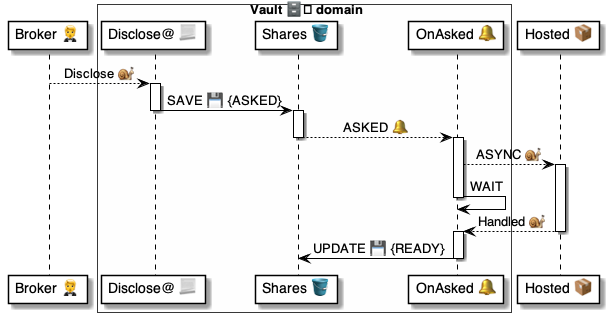
pollyweb-org/pollyweb-docs keeps this PlantUML diagram as 4 ⚙️ Solution/41 🎭 Domain Roles/Vaults 🗄️/🗄️🪣 Vault tables/Shares 💼 table/🪣🔔 1 Asked/🗄️ OnShareAsked ⚙️ uml.png. Above is the earlier version. Its source is kept beside it as 4 ⚙️ Solution/41 🎭 Domain Roles/Vaults 🗄️/🗄️🪣 Vault tables/Shares 💼 table/🪣🔔 1 Asked/🗄️ OnShareAsked ⚙️ uml.puml.
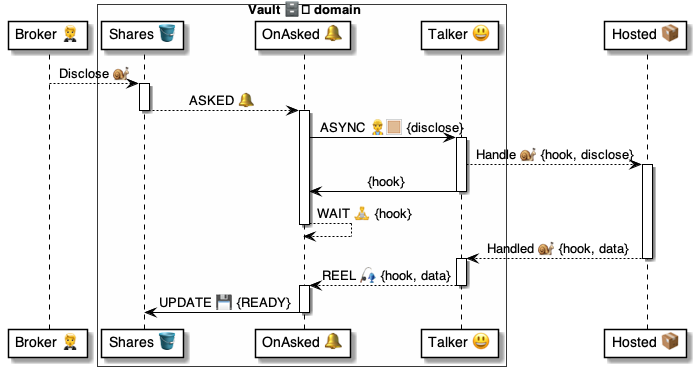
After the change.

What changed in the source:
```diff
@@ -3,33 +3,39 @@
 participant "Broker 🤵" as broker
 
 box Vault 🗄️ domain #FFFFFA
-    participant "Disclose@ 📃" as script
     participant "Shares 🪣" as shares
     participant "OnAsked 🔔" as asked
+    participant "Talker 😃" as talker
 end box
 
 participant "Hosted 📦" as hosted
 
 
 
-broker --> script: Disclose 🐌
+broker --> shares: Disclose 🐌
 
-activate script
-    script -> shares: SAVE 💾 {ASKED}
-deactivate script
 
 activate shares
     shares --> asked: ASKED 🔔
 deactivate shares
 
 activate asked
-    asked --> hosted: ASYNC 🐌
+    asked -> talker: ASYNC 👷🏼 {disclose}
 
+activate talker
+    talker --> hosted: Handle 🐌 {hook, disclose}
 activate hosted
-    asked -> asked: WAIT
+    talker -> asked: {hook}
+deactivate talker
+    asked --> asked: WAIT 🧘 {hook}
 deactivate asked
-    hosted --> asked: Handled 🐌
+
+    hosted --> talker: Handled 🐌 {hook, data}
 deactivate hosted
+
+activate talker
+    talker --> asked: REEL 🎣 {hook, data}
+deactivate talker
 
 activate asked
     asked -> shares: UPDATE 💾 {READY}
```
